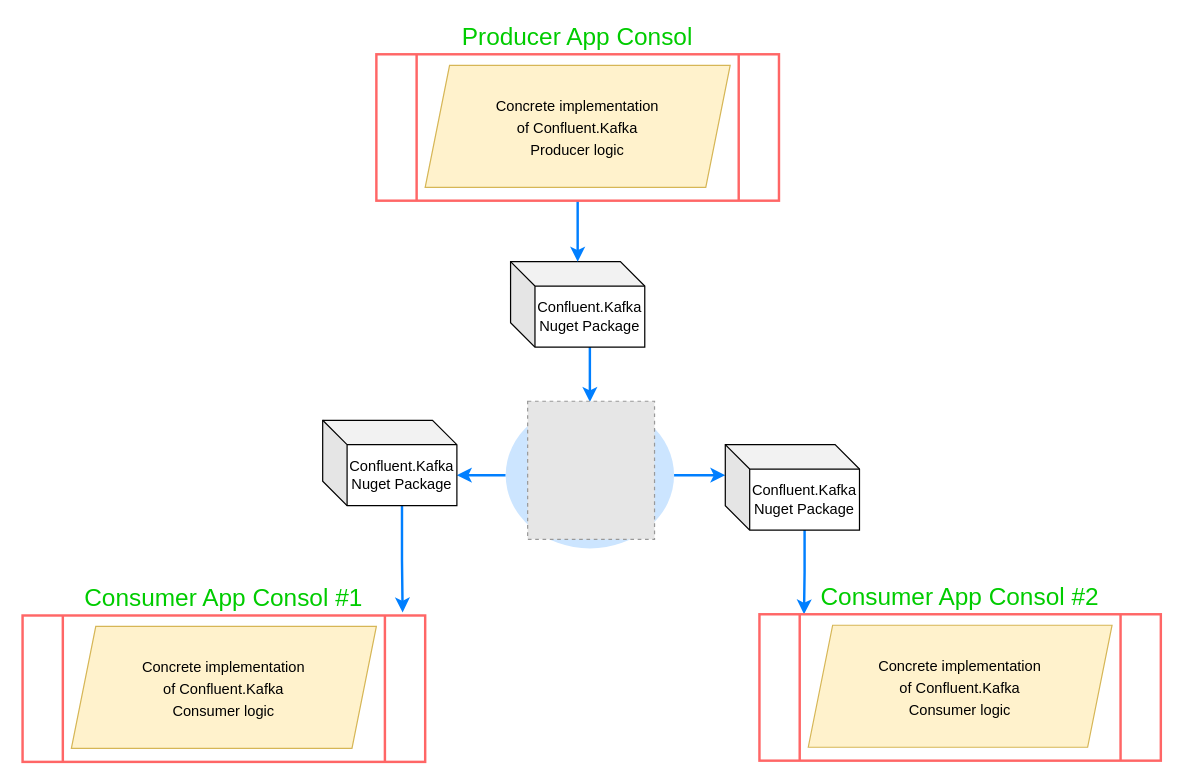
Earlier version of the draw.io diagram page "Poor Architecture" (2 of 2) of ConfluentKafkaDemo.drawio (David-Mordechai/ConfluentKafka). Source tidied: cells renumbered, new cells numbered last; positions are measured from the earlier drawing's top-left corner, leaving out a move shared by most shapes. Both pictures are drawn from the tidied source at 122%, with x=0, y=0 at pixel (22, 54). Pictures stored in the file or linked from it are replaced by grey dashed boxes.
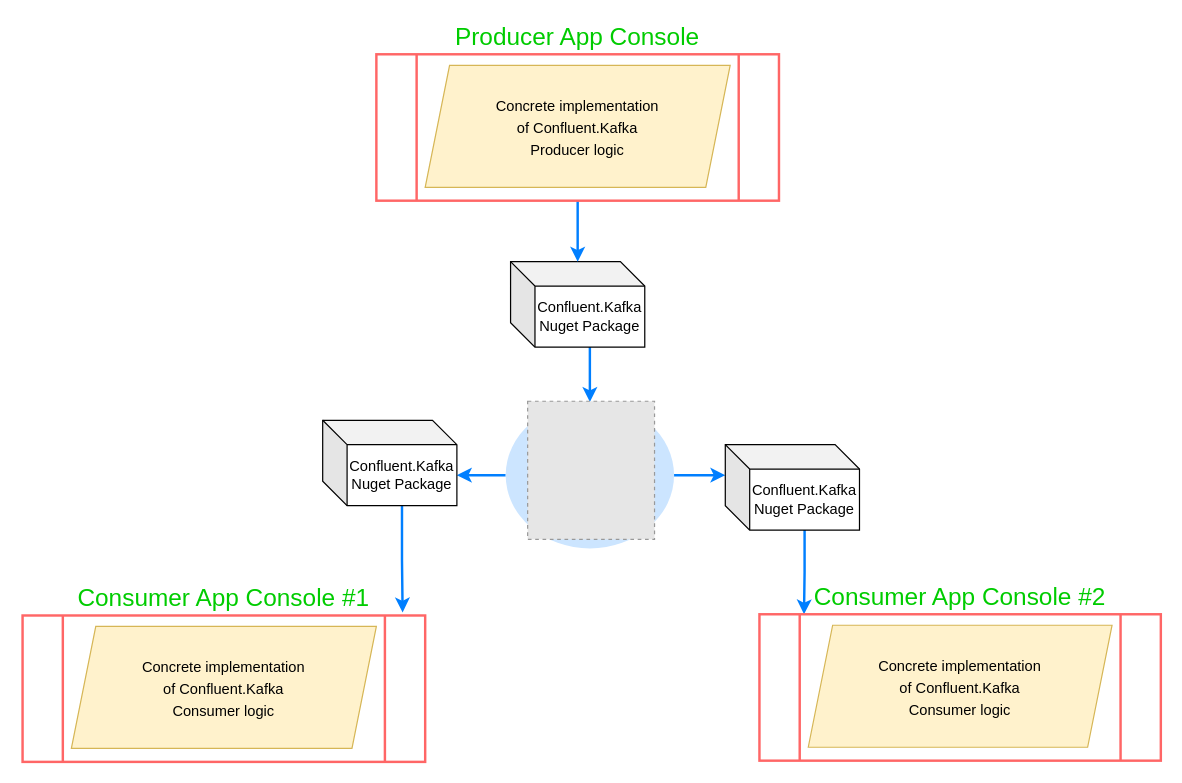
The same diagram, later.

What changed in the source:
```diff
@@
 <mxGraphModel>
   <root>
     <mxCell id="0" />
     <mxCell id="1" parent="0" />
     <mxCell id="2" style="edgeStyle=orthogonalEdgeStyle;rounded=0;jettySize=auto;html=1;exitX=0;exitY=0;exitDx=65;exitDy=70;exitPerimeter=0;entryX=0.5;entryY=0;entryDx=0;entryDy=0;fontSize=12;strokeWidth=2;strokeColor=#007FFF;" parent="1" edge="1" source="3" target="11">
       <mxGeometry relative="1" as="geometry" />
     </mxCell>
     <mxCell id="3" value="&lt;font style=&quot;font-size: 12px&quot;&gt;Confluent.Kafka&lt;br&gt;Nuget Package&lt;/font&gt;" style="shape=cube;whiteSpace=wrap;html=1;boundedLbl=1;backgroundOutline=1;darkOpacity=0.05;darkOpacity2=0.1;" parent="1" vertex="1">
       <mxGeometry x="400" y="170" width="110" height="70" as="geometry" />
     </mxCell>
     <mxCell id="4" style="edgeStyle=orthogonalEdgeStyle;rounded=0;jettySize=auto;html=1;exitX=0.5;exitY=1;exitDx=0;exitDy=0;fontSize=12;strokeWidth=2;strokeColor=#007FFF;" parent="1" edge="1" source="13" target="3">
       <mxGeometry relative="1" as="geometry" />
     </mxCell>
     <mxCell id="5" style="edgeStyle=orthogonalEdgeStyle;rounded=0;jettySize=auto;html=1;exitX=0;exitY=0.5;exitDx=0;exitDy=0;entryX=0;entryY=0;entryDx=110;entryDy=45;fontSize=12;entryPerimeter=0;strokeWidth=2;strokeColor=#007FFF;" parent="1" edge="1" source="11" target="7">
       <mxGeometry relative="1" as="geometry" />
     </mxCell>
     <mxCell id="6" style="edgeStyle=orthogonalEdgeStyle;rounded=0;jettySize=auto;html=1;exitX=0;exitY=0;exitDx=65;exitDy=70;exitPerimeter=0;entryX=0.944;entryY=-0.021;entryDx=0;entryDy=0;entryPerimeter=0;fontSize=13;fontColor=#007FFF;strokeColor=#007FFF;strokeWidth=2;" parent="1" edge="1" source="7" target="15">
       <mxGeometry relative="1" as="geometry" />
     </mxCell>
     <mxCell id="7" value="&lt;font style=&quot;font-size: 12px&quot;&gt;Confluent.Kafka&lt;br&gt;Nuget Package&lt;/font&gt;" style="shape=cube;whiteSpace=wrap;html=1;boundedLbl=1;backgroundOutline=1;darkOpacity=0.05;darkOpacity2=0.1;" parent="1" vertex="1">
       <mxGeometry x="246" y="300" width="110" height="70" as="geometry" />
     </mxCell>
     <mxCell id="8" style="edgeStyle=orthogonalEdgeStyle;rounded=0;jettySize=auto;html=1;fontSize=12;entryX=0;entryY=0;entryDx=0;entryDy=25;entryPerimeter=0;exitX=1;exitY=0.5;exitDx=0;exitDy=0;strokeWidth=2;strokeColor=#007FFF;" parent="1" edge="1" source="11" target="10">
       <mxGeometry relative="1" as="geometry" />
     </mxCell>
     <mxCell id="9" style="edgeStyle=orthogonalEdgeStyle;rounded=0;jettySize=auto;html=1;exitX=0;exitY=0;exitDx=65;exitDy=70;exitPerimeter=0;fontSize=13;fontColor=#007FFF;strokeColor=#007FFF;strokeWidth=2;entryX=0.111;entryY=0;entryDx=0;entryDy=0;entryPerimeter=0;" parent="1" edge="1" source="10" target="17">
       <mxGeometry relative="1" as="geometry" />
     </mxCell>
     <mxCell id="10" value="&lt;font style=&quot;font-size: 12px&quot;&gt;Confluent.Kafka&lt;br&gt;Nuget Package&lt;/font&gt;" style="shape=cube;whiteSpace=wrap;html=1;boundedLbl=1;backgroundOutline=1;darkOpacity=0.05;darkOpacity2=0.1;" parent="1" vertex="1">
       <mxGeometry x="576" y="320" width="110" height="70" as="geometry" />
     </mxCell>
     <mxCell id="11" style="ellipse;whiteSpace=wrap;html=1;fontSize=33;fillColor=#cce5ff;strokeColor=none;" parent="1" vertex="1">
       <mxGeometry x="396" y="285" width="138" height="120" as="geometry" />
     </mxCell>
     <mxCell id="12" style="fillColor=#E6E6E6;strokeColor=#999999;dashed=1;verticalLabelPosition=bottom;verticalAlign=top;fontSize=13;fontColor=#00CC00;" parent="1" vertex="1">
       <mxGeometry x="414" y="284.4" width="104" height="113.2" as="geometry" />
     </mxCell>
-    <mxCell id="13" value="&lt;font style=&quot;font-size: 20px&quot; color=&quot;#00cc00&quot;&gt;Producer App Consol&lt;/font&gt;" style="shape=process;whiteSpace=wrap;html=1;backgroundOutline=1;fontSize=17;fontColor=#000000;strokeColor=#FF6666;strokeWidth=2;labelPosition=center;verticalLabelPosition=top;align=center;verticalAlign=bottom;" parent="1" vertex="1">
+    <mxCell id="13" value="&lt;font style=&quot;font-size: 20px&quot; color=&quot;#00cc00&quot;&gt;Producer App Console&lt;/font&gt;" style="shape=process;whiteSpace=wrap;html=1;backgroundOutline=1;fontSize=17;fontColor=#000000;strokeColor=#FF6666;strokeWidth=2;labelPosition=center;verticalLabelPosition=top;align=center;verticalAlign=bottom;" parent="1" vertex="1">
       <mxGeometry x="290" width="330" height="120" as="geometry" />
     </mxCell>
     <mxCell id="14" value="&lt;span style=&quot;font-size: 12px&quot;&gt;Concrete implementation&lt;/span&gt;&lt;br style=&quot;font-size: 12px&quot;&gt;&lt;span style=&quot;font-size: 12px&quot;&gt;of Confluent.Kafka&lt;/span&gt;&lt;br style=&quot;font-size: 12px&quot;&gt;&lt;span style=&quot;font-size: 12px&quot;&gt;Producer logic&lt;/span&gt;" style="shape=parallelogram;perimeter=parallelogramPerimeter;whiteSpace=wrap;html=1;fixedSize=1;fontSize=15;strokeColor=#d6b656;strokeWidth=1;fillColor=#fff2cc;" parent="1" vertex="1">
       <mxGeometry x="330" y="9" width="250" height="100" as="geometry" />
     </mxCell>
-    <mxCell id="15" value="&lt;font style=&quot;font-size: 20px&quot; color=&quot;#00cc00&quot;&gt;Consumer App Consol #1&lt;/font&gt;" style="shape=process;whiteSpace=wrap;html=1;backgroundOutline=1;fontSize=17;fontColor=#000000;strokeColor=#FF6666;strokeWidth=2;labelPosition=center;verticalLabelPosition=top;align=center;verticalAlign=bottom;" parent="1" vertex="1">
+    <mxCell id="15" value="&lt;font style=&quot;font-size: 20px&quot; color=&quot;#00cc00&quot;&gt;Consumer App Console #1&lt;/font&gt;" style="shape=process;whiteSpace=wrap;html=1;backgroundOutline=1;fontSize=17;fontColor=#000000;strokeColor=#FF6666;strokeWidth=2;labelPosition=center;verticalLabelPosition=top;align=center;verticalAlign=bottom;" parent="1" vertex="1">
       <mxGeometry y="460" width="330" height="120" as="geometry" />
     </mxCell>
     <mxCell id="16" value="&lt;span style=&quot;font-size: 12px&quot;&gt;Concrete implementation&lt;/span&gt;&lt;br style=&quot;font-size: 12px&quot;&gt;&lt;span style=&quot;font-size: 12px&quot;&gt;of Confluent.Kafka&lt;/span&gt;&lt;br style=&quot;font-size: 12px&quot;&gt;&lt;span style=&quot;font-size: 12px&quot;&gt;Consumer logic&lt;/span&gt;" style="shape=parallelogram;perimeter=parallelogramPerimeter;whiteSpace=wrap;html=1;fixedSize=1;fontSize=15;strokeColor=#d6b656;strokeWidth=1;fillColor=#fff2cc;" parent="1" vertex="1">
       <mxGeometry x="40" y="469" width="250" height="100" as="geometry" />
     </mxCell>
-    <mxCell id="17" value="&lt;font style=&quot;font-size: 20px&quot; color=&quot;#00cc00&quot;&gt;Consumer App Consol #2&lt;/font&gt;" style="shape=process;whiteSpace=wrap;html=1;backgroundOutline=1;fontSize=17;fontColor=#000000;strokeColor=#FF6666;strokeWidth=2;labelPosition=center;verticalLabelPosition=top;align=center;verticalAlign=bottom;" parent="1" vertex="1">
+    <mxCell id="17" value="&lt;font style=&quot;font-size: 20px&quot; color=&quot;#00cc00&quot;&gt;Consumer App Console #2&lt;/font&gt;" style="shape=process;whiteSpace=wrap;html=1;backgroundOutline=1;fontSize=17;fontColor=#000000;strokeColor=#FF6666;strokeWidth=2;labelPosition=center;verticalLabelPosition=top;align=center;verticalAlign=bottom;" parent="1" vertex="1">
       <mxGeometry x="604" y="459" width="329" height="120" as="geometry" />
     </mxCell>
     <mxCell id="18" value="&lt;span style=&quot;font-size: 12px&quot;&gt;Concrete implementation&lt;/span&gt;&lt;br style=&quot;font-size: 12px&quot;&gt;&lt;span style=&quot;font-size: 12px&quot;&gt;of Confluent.Kafka&lt;/span&gt;&lt;br style=&quot;font-size: 12px&quot;&gt;&lt;span style=&quot;font-size: 12px&quot;&gt;Consumer logic&lt;/span&gt;" style="shape=parallelogram;perimeter=parallelogramPerimeter;whiteSpace=wrap;html=1;fixedSize=1;fontSize=15;strokeColor=#d6b656;strokeWidth=1;fillColor=#fff2cc;" parent="1" vertex="1">
       <mxGeometry x="644" y="468" width="249" height="100" as="geometry" />
     </mxCell>
   </root>
 </mxGraphModel>
```
